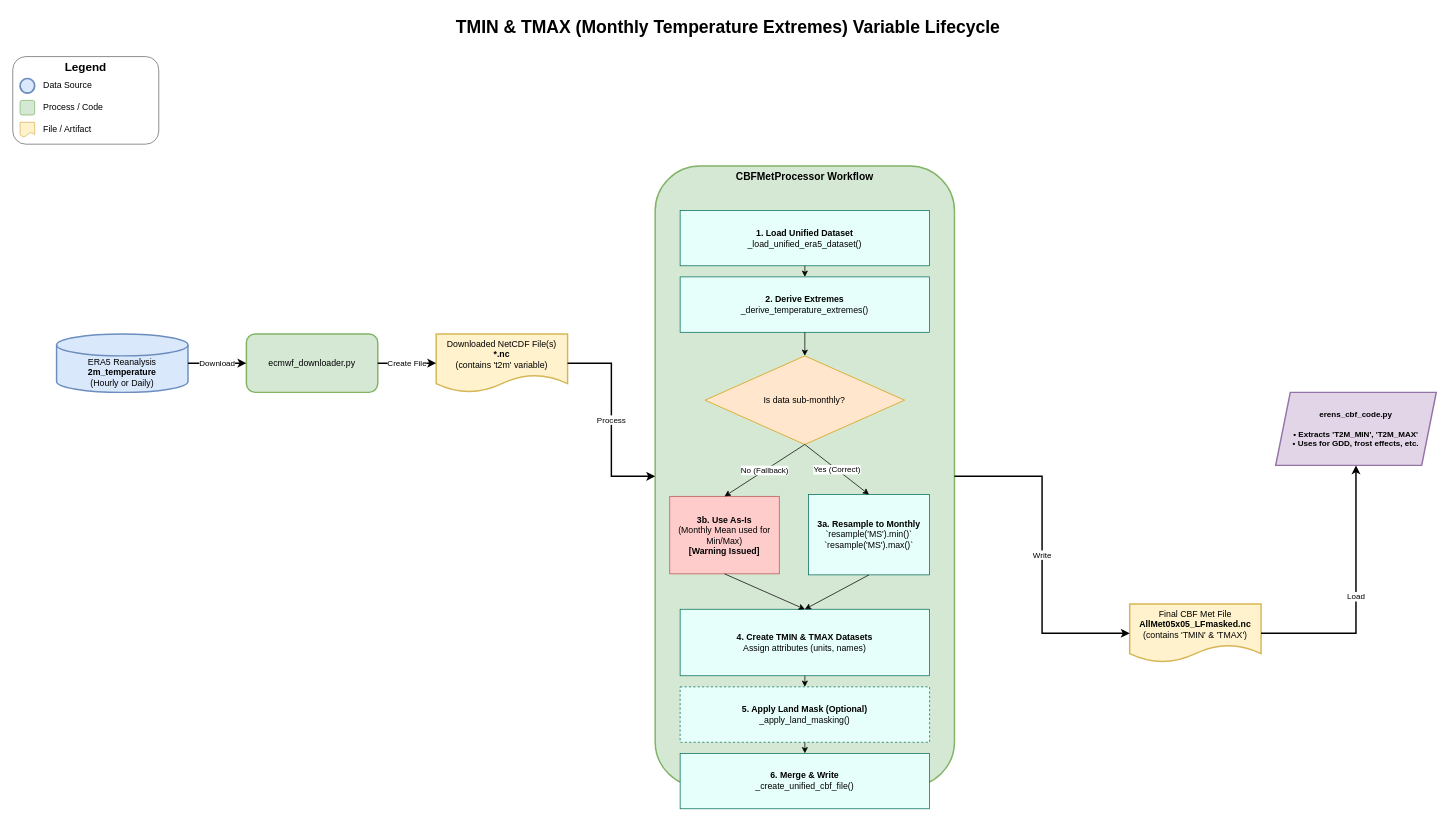
JPL-MGHG/cardamom-preprocessor keeps this draw.io diagram as plans/2m_temp_lifecycle.xml.drawio. Above is the earlier version. Source tidied: cells renumbered, new cells numbered last; positions are measured from the earlier drawing's top-left corner, leaving out a move shared by most shapes. Both pictures are drawn from the tidied source at 73%, with x=0, y=0 at pixel (12, 12).
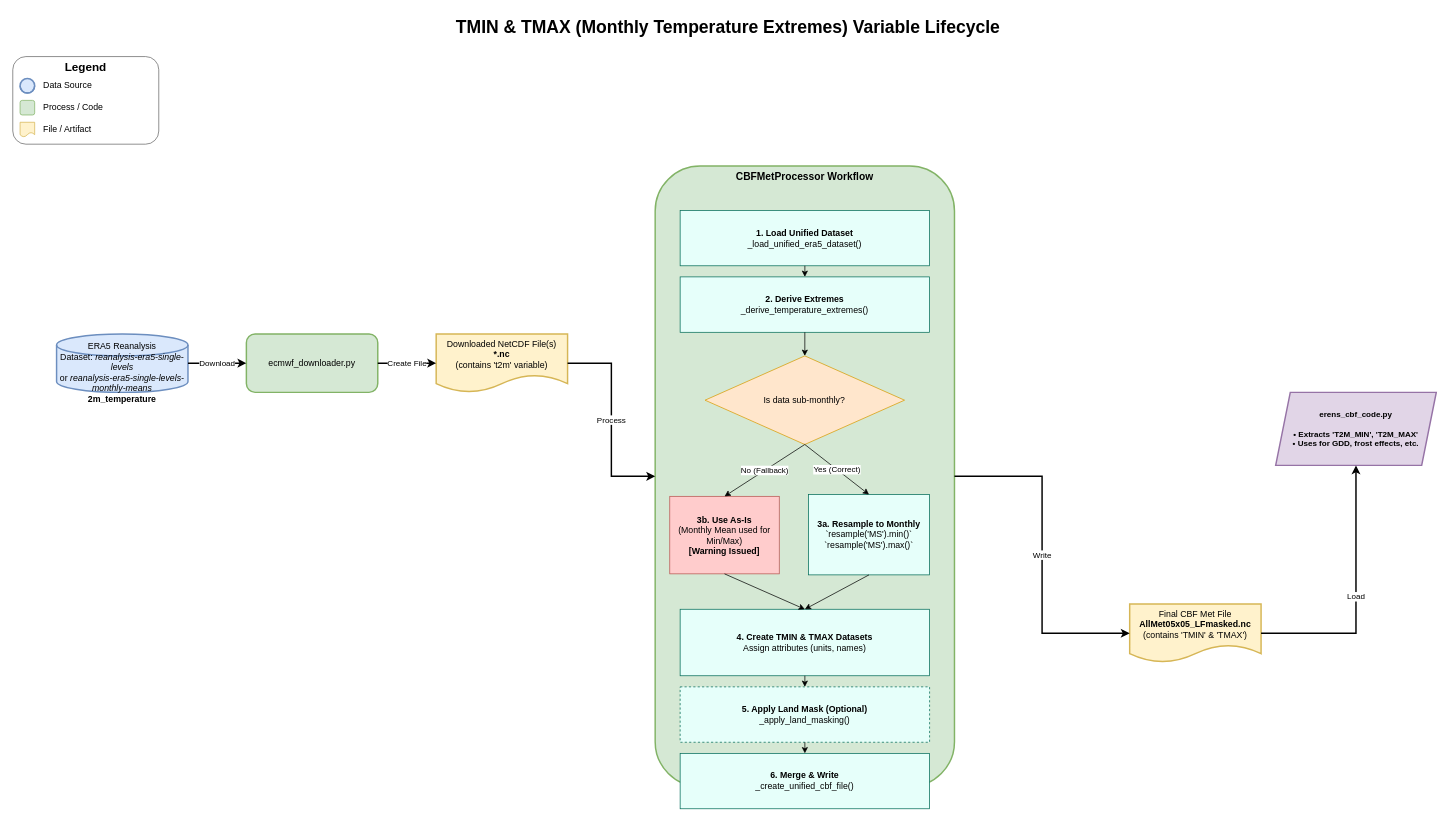
The same diagram, later.

Change to the diagram source:
```diff
@@
-    <mxCell id="11" value="ERA5 Reanalysis&lt;br&gt;&lt;b&gt;2m_temperature&lt;/b&gt;&lt;br&gt;(Hourly or Daily)" style="shape=cylinder3;whiteSpace=wrap;html=1;boundedLbl=1;backgroundOutline=1;size=15;strokeWidth=2;fontSize=12;fontStyle=0;fillColor=#dae8fc;strokeColor=#6c8ebf;" parent="1" vertex="1">
+    <mxCell id="11" value="ERA5 Reanalysis&lt;br&gt;Dataset: &lt;i&gt;reanalysis-era5-single-levels&lt;/i&gt;&lt;br&gt;or &lt;i&gt;reanalysis-era5-single-levels-monthly-means&lt;/i&gt;&lt;br&gt;&lt;b&gt;2m_temperature&lt;/b&gt;" style="shape=cylinder3;whiteSpace=wrap;html=1;boundedLbl=1;backgroundOutline=1;size=15;strokeWidth=2;fontSize=12;fontStyle=0;fillColor=#dae8fc;strokeColor=#6c8ebf;" parent="1" vertex="1">
       <mxGeometry x="60" y="440" width="180" height="80" as="geometry" />
     </mxCell>
```
